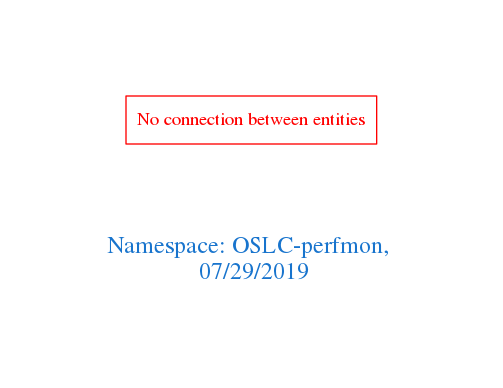
The Graphviz diagram downloads/OSLC-perfmon.png in arago/OGIT, before a commit. Its source is kept beside it as downloads/OSLC-perfmon.dot. Source of this version:
```dot
digraph OGIT_ontology {
 graph [ rankdir= LR,pad=1
fontsize = 18,
fontcolor= dodgerblue3,label = "\n\n\nNamespace: OSLC-perfmon, \n 07/29/2019"];
node[shape=polygon];
edge [  color="gray81"];

"No connection between entities" [fontcolor = "red",color="red", shape="polygon"]
}
```
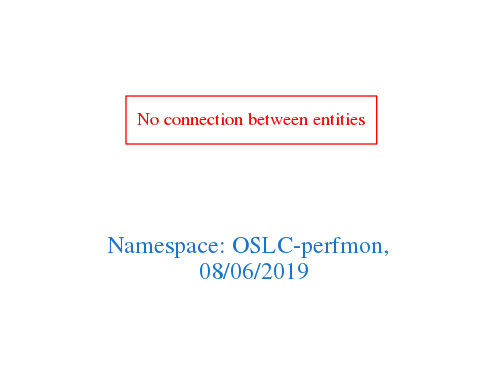
Later version of the same file.

Change to the diagram source:
```diff
@@ -1,7 +1,7 @@
 digraph OGIT_ontology {
  graph [ rankdir= LR,pad=1
 fontsize = 18,
-fontcolor= dodgerblue3,label = "\n\n\nNamespace: OSLC-perfmon, \n 07/29/2019"];
+fontcolor= dodgerblue3,label = "\n\n\nNamespace: OSLC-perfmon, \n 08/06/2019"];
 node[shape=polygon];
 edge [  color="gray81"];
 
```
